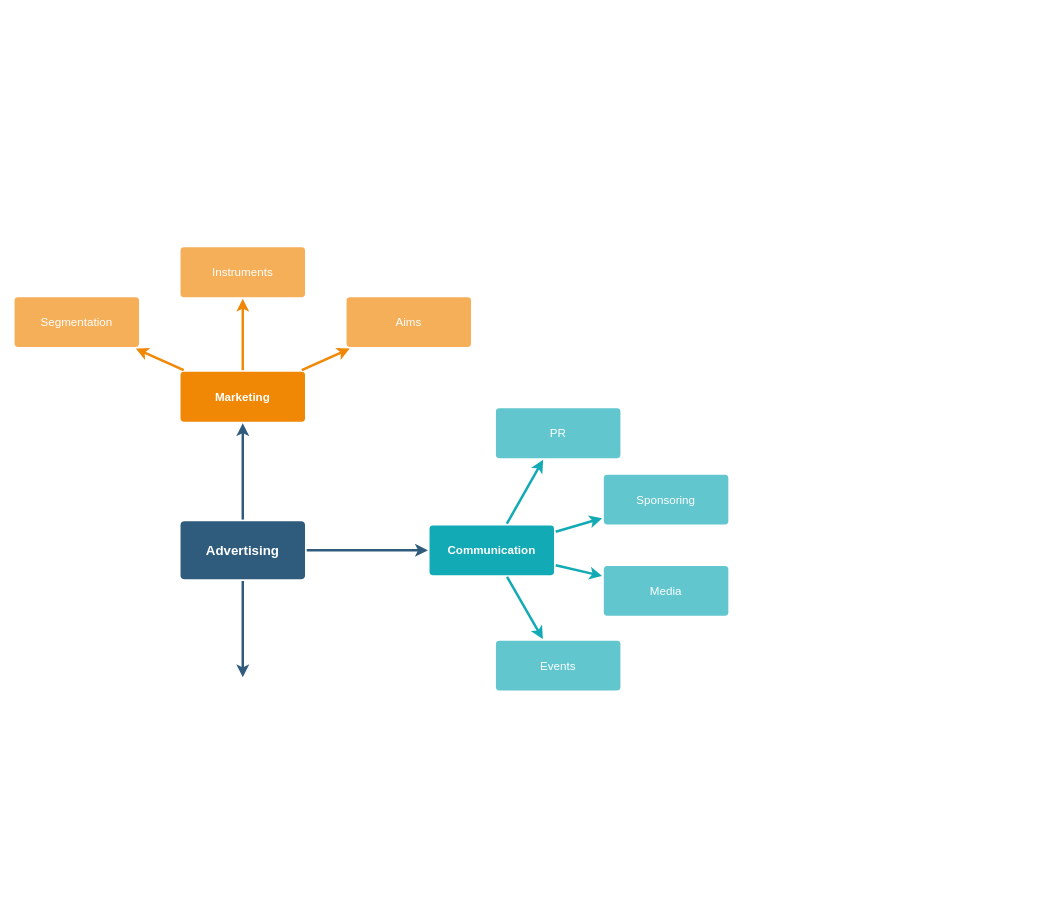
This is ebs2/SQL_Power/factor/计算方法.drawio from fathermrsing/drawio-disk, a draw.io file, before an edit. Source tidied: cells renumbered, new cells numbered last; positions are measured from the earlier drawing's top-left corner, leaving out a move shared by most shapes. Both pictures are drawn from the tidied source at 83%, with x=0, y=0 at pixel (14, 247).
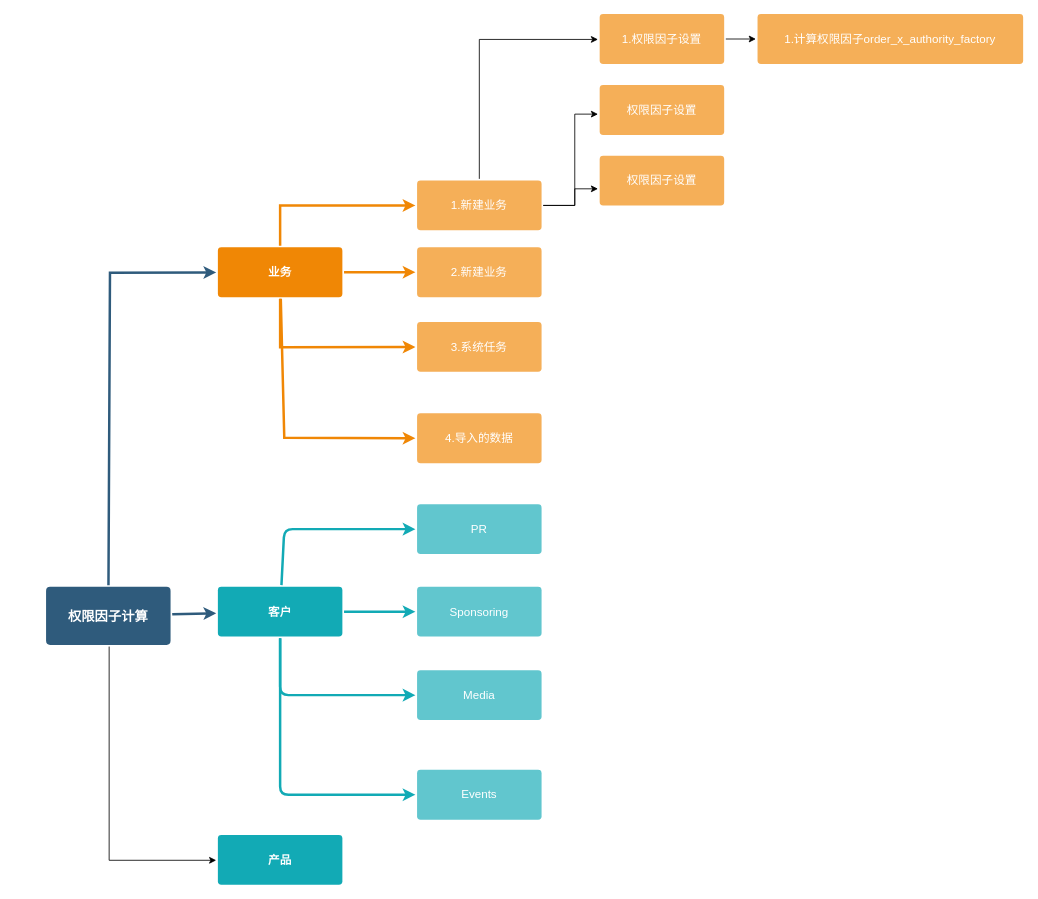
The same diagram, later.

Diff of the diagram source:
```diff
@@
     <mxCell id="2" style="edgeStyle=none;rounded=0;jumpStyle=none;html=1;shadow=0;labelBackgroundColor=none;startArrow=none;startFill=0;endArrow=classic;endFill=1;jettySize=auto;strokeColor=#2F5B7C;strokeWidth=3;fontFamily=Helvetica;fontSize=16;fontColor=#23445D;spacing=5;" parent="1" edge="1" source="5" target="6">
-      <mxGeometry relative="1" as="geometry" />
+      <mxGeometry relative="1" as="geometry">
+        <Array as="points">
+          <mxPoint x="115" y="31" />
+        </Array>
+      </mxGeometry>
     </mxCell>
@@
-    <mxCell id="4" style="edgeStyle=none;rounded=0;jumpStyle=none;html=1;shadow=0;labelBackgroundColor=none;startArrow=none;startFill=0;endArrow=classic;endFill=1;jettySize=auto;strokeColor=#2F5B7C;strokeWidth=3;fontFamily=Helvetica;fontSize=16;fontColor=#23445D;spacing=5;" parent="1" edge="1" source="5">
-      <mxGeometry relative="1" as="geometry">
-        <mxPoint x="275" y="518.5" as="targetPoint" />
-      </mxGeometry>
-    </mxCell>
+    <mxCell id="22" style="edgeStyle=orthogonalEdgeStyle;rounded=0;jettySize=auto;html=1;" parent="1" edge="1" source="5" target="31">
+      <mxGeometry relative="1" as="geometry">
+        <Array as="points">
+          <mxPoint x="114" y="739" />
+        </Array>
+      </mxGeometry>
+    </mxCell>
-    <mxCell id="5" value="Advertising" style="rounded=1;whiteSpace=wrap;html=1;shadow=0;labelBackgroundColor=none;strokeColor=none;strokeWidth=3;fillColor=#2F5B7C;fontFamily=Helvetica;fontSize=16;fontColor=#FFFFFF;align=center;fontStyle=1;spacing=5;arcSize=7;perimeterSpacing=2;" parent="1" vertex="1">
-      <mxGeometry x="200" y="330.5" width="150" height="70" as="geometry" />
+    <mxCell id="5" value="权限因子计算" style="rounded=1;whiteSpace=wrap;html=1;shadow=0;labelBackgroundColor=none;strokeColor=none;strokeWidth=3;fillColor=#2F5B7C;fontFamily=Helvetica;fontSize=16;fontColor=#FFFFFF;align=center;fontStyle=1;spacing=5;arcSize=7;perimeterSpacing=2;" parent="1" vertex="1">
+      <mxGeometry x="38" y="409.5" width="150" height="70" as="geometry" />
     </mxCell>
-    <mxCell id="6" value="Marketing" style="rounded=1;whiteSpace=wrap;html=1;shadow=0;labelBackgroundColor=none;strokeColor=none;strokeWidth=3;fillColor=#F08705;fontFamily=Helvetica;fontSize=14;fontColor=#FFFFFF;align=center;spacing=5;fontStyle=1;arcSize=7;perimeterSpacing=2;" parent="1" vertex="1">
-      <mxGeometry x="200" y="150.5" width="150" height="60" as="geometry" />
+    <mxCell id="6" value="业务" style="rounded=1;whiteSpace=wrap;html=1;shadow=0;labelBackgroundColor=none;strokeColor=none;strokeWidth=3;fillColor=#F08705;fontFamily=Helvetica;fontSize=14;fontColor=#FFFFFF;align=center;spacing=5;fontStyle=1;arcSize=7;perimeterSpacing=2;" parent="1" vertex="1">
+      <mxGeometry x="245" y="0.5" width="150" height="60" as="geometry" />
     </mxCell>
-    <mxCell id="7" value="Aims&lt;br&gt;" style="rounded=1;whiteSpace=wrap;html=1;shadow=0;labelBackgroundColor=none;strokeColor=none;strokeWidth=3;fillColor=#f5af58;fontFamily=Helvetica;fontSize=14;fontColor=#FFFFFF;align=center;spacing=5;arcSize=7;perimeterSpacing=2;" parent="1" vertex="1">
-      <mxGeometry x="400" y="60.5" width="150" height="60" as="geometry" />
+    <mxCell id="7" value="3.系统任务" style="rounded=1;whiteSpace=wrap;html=1;shadow=0;labelBackgroundColor=none;strokeColor=none;strokeWidth=3;fillColor=#f5af58;fontFamily=Helvetica;fontSize=14;fontColor=#FFFFFF;align=center;spacing=5;arcSize=7;perimeterSpacing=2;" parent="1" vertex="1">
+      <mxGeometry x="485" y="90.5" width="150" height="60" as="geometry" />
     </mxCell>
+    <mxCell id="23" value="4.导入的数据" style="rounded=1;whiteSpace=wrap;html=1;shadow=0;labelBackgroundColor=none;strokeColor=none;strokeWidth=3;fillColor=#f5af58;fontFamily=Helvetica;fontSize=14;fontColor=#FFFFFF;align=center;spacing=5;arcSize=7;perimeterSpacing=2;" parent="1" vertex="1">
+      <mxGeometry x="485" y="200.5" width="150" height="60" as="geometry" />
+    </mxCell>
     <mxCell id="8" style="edgeStyle=none;rounded=0;jumpStyle=none;html=1;shadow=0;labelBackgroundColor=none;startArrow=none;startFill=0;endArrow=classic;endFill=1;jettySize=auto;strokeColor=#F08705;strokeWidth=3;fontFamily=Helvetica;fontSize=14;fontColor=#FFFFFF;spacing=5;" parent="1" edge="1" source="6" target="7">
-      <mxGeometry relative="1" as="geometry" />
+      <mxGeometry relative="1" as="geometry">
+        <Array as="points">
+          <mxPoint x="320" y="121" />
+        </Array>
+      </mxGeometry>
     </mxCell>
+    <mxCell id="24" style="edgeStyle=orthogonalEdgeStyle;rounded=0;jettySize=auto;html=1;" parent="1" edge="1" source="9" target="30">
+      <mxGeometry relative="1" as="geometry">
+        <Array as="points">
+          <mxPoint x="675" y="-50" />
+          <mxPoint x="675" y="-160" />
+        </Array>
+      </mxGeometry>
+    </mxCell>
+    <mxCell id="25" style="edgeStyle=orthogonalEdgeStyle;rounded=0;jettySize=auto;html=1;" parent="1" edge="1" source="9" target="28">
+      <mxGeometry relative="1" as="geometry">
+        <Array as="points">
+          <mxPoint x="560" y="-250" />
+        </Array>
+      </mxGeometry>
+    </mxCell>
+    <mxCell id="26" style="edgeStyle=orthogonalEdgeStyle;rounded=0;jettySize=auto;html=1;" parent="1" edge="1" source="9" target="32">
+      <mxGeometry relative="1" as="geometry">
+        <Array as="points">
+          <mxPoint x="675" y="-50" />
+          <mxPoint x="675" y="-70" />
+        </Array>
+      </mxGeometry>
+    </mxCell>
-    <mxCell id="9" value="Instruments" style="rounded=1;whiteSpace=wrap;html=1;shadow=0;labelBackgroundColor=none;strokeColor=none;strokeWidth=3;fillColor=#f5af58;fontFamily=Helvetica;fontSize=14;fontColor=#FFFFFF;align=center;spacing=5;arcSize=7;perimeterSpacing=2;" parent="1" vertex="1">
-      <mxGeometry x="200" y="0.5" width="150" height="60" as="geometry" />
+    <mxCell id="9" value="1.新建业务" style="rounded=1;whiteSpace=wrap;html=1;shadow=0;labelBackgroundColor=none;strokeColor=none;strokeWidth=3;fillColor=#f5af58;fontFamily=Helvetica;fontSize=14;fontColor=#FFFFFF;align=center;spacing=5;arcSize=7;perimeterSpacing=2;" parent="1" vertex="1">
+      <mxGeometry x="485" y="-80" width="150" height="60" as="geometry" />
     </mxCell>
+    <mxCell id="27" style="edgeStyle=orthogonalEdgeStyle;rounded=0;jettySize=auto;html=1;" parent="1" edge="1" source="28" target="29">
+      <mxGeometry relative="1" as="geometry" />
+    </mxCell>
+    <mxCell id="28" value="1.权限因子设置" style="rounded=1;whiteSpace=wrap;html=1;shadow=0;labelBackgroundColor=none;strokeColor=none;strokeWidth=3;fillColor=#f5af58;fontFamily=Helvetica;fontSize=14;fontColor=#FFFFFF;align=center;spacing=5;arcSize=7;perimeterSpacing=2;" parent="1" vertex="1">
+      <mxGeometry x="705" y="-280.5" width="150" height="60" as="geometry" />
+    </mxCell>
+    <mxCell id="29" value="1.计算权限因子order_x_authority_factory" style="rounded=1;whiteSpace=wrap;html=1;shadow=0;labelBackgroundColor=none;strokeColor=none;strokeWidth=3;fillColor=#f5af58;fontFamily=Helvetica;fontSize=14;fontColor=#FFFFFF;align=center;spacing=5;arcSize=7;perimeterSpacing=2;" parent="1" vertex="1">
+      <mxGeometry x="895.2" y="-280.5" width="320" height="60" as="geometry" />
+    </mxCell>
+    <mxCell id="30" value="权限因子设置" style="rounded=1;whiteSpace=wrap;html=1;shadow=0;labelBackgroundColor=none;strokeColor=none;strokeWidth=3;fillColor=#f5af58;fontFamily=Helvetica;fontSize=14;fontColor=#FFFFFF;align=center;spacing=5;arcSize=7;perimeterSpacing=2;" parent="1" vertex="1">
+      <mxGeometry x="705" y="-195" width="150" height="60" as="geometry" />
+    </mxCell>
     <mxCell id="10" style="edgeStyle=none;rounded=0;jumpStyle=none;html=1;shadow=0;labelBackgroundColor=none;startArrow=none;startFill=0;endArrow=classic;endFill=1;jettySize=auto;strokeColor=#F08705;strokeWidth=3;fontFamily=Helvetica;fontSize=14;fontColor=#FFFFFF;spacing=5;" parent="1" edge="1" source="6" target="9">
-      <mxGeometry relative="1" as="geometry" />
+      <mxGeometry relative="1" as="geometry">
+        <Array as="points">
+          <mxPoint x="320" y="-50" />
+        </Array>
+      </mxGeometry>
     </mxCell>
-    <mxCell id="11" value="Segmentation" style="rounded=1;whiteSpace=wrap;html=1;shadow=0;labelBackgroundColor=none;strokeColor=none;strokeWidth=3;fillColor=#f5af58;fontFamily=Helvetica;fontSize=14;fontColor=#FFFFFF;align=center;spacing=5;arcSize=7;perimeterSpacing=2;" parent="1" vertex="1">
-      <mxGeometry y="60.5" width="150" height="60" as="geometry" />
+    <mxCell id="11" value="2.新建业务" style="rounded=1;whiteSpace=wrap;html=1;shadow=0;labelBackgroundColor=none;strokeColor=none;strokeWidth=3;fillColor=#f5af58;fontFamily=Helvetica;fontSize=14;fontColor=#FFFFFF;align=center;spacing=5;arcSize=7;perimeterSpacing=2;" parent="1" vertex="1">
+      <mxGeometry x="485" y="0.5" width="150" height="60" as="geometry" />
     </mxCell>
@@
-    <mxCell id="13" value="Communication" style="rounded=1;whiteSpace=wrap;html=1;shadow=0;labelBackgroundColor=none;strokeColor=none;strokeWidth=3;fillColor=#12aab5;fontFamily=Helvetica;fontSize=14;fontColor=#FFFFFF;align=center;spacing=5;fontStyle=1;arcSize=7;perimeterSpacing=2;" parent="1" vertex="1">
-      <mxGeometry x="500" y="335.5" width="150" height="60" as="geometry" />
+    <mxCell id="13" value="客户" style="rounded=1;whiteSpace=wrap;html=1;shadow=0;labelBackgroundColor=none;strokeColor=none;strokeWidth=3;fillColor=#12aab5;fontFamily=Helvetica;fontSize=14;fontColor=#FFFFFF;align=center;spacing=5;fontStyle=1;arcSize=7;perimeterSpacing=2;" parent="1" vertex="1">
+      <mxGeometry x="245" y="409.5" width="150" height="60" as="geometry" />
     </mxCell>
     <mxCell id="14" value="Events" style="rounded=1;whiteSpace=wrap;html=1;shadow=0;labelBackgroundColor=none;strokeColor=none;strokeWidth=3;fillColor=#61c6ce;fontFamily=Helvetica;fontSize=14;fontColor=#FFFFFF;align=center;spacing=5;fontStyle=0;arcSize=7;perimeterSpacing=2;" parent="1" vertex="1">
-      <mxGeometry x="580" y="474.5" width="150" height="60" as="geometry" />
+      <mxGeometry x="485" y="630" width="150" height="60" as="geometry" />
     </mxCell>
     <mxCell id="15" style="edgeStyle=none;rounded=1;jumpStyle=none;html=1;shadow=0;labelBackgroundColor=none;startArrow=none;startFill=0;jettySize=auto;strokeColor=#12AAB5;strokeWidth=3;fontFamily=Helvetica;fontSize=14;fontColor=#FFFFFF;spacing=5;fontStyle=1;fillColor=#b0e3e6;" parent="1" edge="1" source="13" target="14">
-      <mxGeometry relative="1" as="geometry" />
+      <mxGeometry relative="1" as="geometry">
+        <Array as="points">
+          <mxPoint x="320" y="660" />
+        </Array>
+      </mxGeometry>
     </mxCell>
     <mxCell id="16" value="Media" style="rounded=1;whiteSpace=wrap;html=1;shadow=0;labelBackgroundColor=none;strokeColor=none;strokeWidth=3;fillColor=#61c6ce;fontFamily=Helvetica;fontSize=14;fontColor=#FFFFFF;align=center;spacing=5;fontStyle=0;arcSize=7;perimeterSpacing=2;" parent="1" vertex="1">
-      <mxGeometry x="710" y="384.5" width="150" height="60" as="geometry" />
+      <mxGeometry x="485" y="510" width="150" height="60" as="geometry" />
     </mxCell>
     <mxCell id="17" style="edgeStyle=none;rounded=1;jumpStyle=none;html=1;shadow=0;labelBackgroundColor=none;startArrow=none;startFill=0;jettySize=auto;strokeColor=#12AAB5;strokeWidth=3;fontFamily=Helvetica;fontSize=14;fontColor=#FFFFFF;spacing=5;fontStyle=1;fillColor=#b0e3e6;" parent="1" edge="1" source="13" target="16">
-      <mxGeometry relative="1" as="geometry" />
+      <mxGeometry relative="1" as="geometry">
+        <Array as="points">
+          <mxPoint x="320" y="540" />
+        </Array>
+      </mxGeometry>
     </mxCell>
     <mxCell id="18" value="Sponsoring" style="rounded=1;whiteSpace=wrap;html=1;shadow=0;labelBackgroundColor=none;strokeColor=none;strokeWidth=3;fillColor=#61c6ce;fontFamily=Helvetica;fontSize=14;fontColor=#FFFFFF;align=center;spacing=5;fontStyle=0;arcSize=7;perimeterSpacing=2;" parent="1" vertex="1">
-      <mxGeometry x="710" y="274.5" width="150" height="60" as="geometry" />
+      <mxGeometry x="485" y="409.5" width="150" height="60" as="geometry" />
     </mxCell>
@@
     <mxCell id="20" value="PR" style="rounded=1;whiteSpace=wrap;html=1;shadow=0;labelBackgroundColor=none;strokeColor=none;strokeWidth=3;fillColor=#61c6ce;fontFamily=Helvetica;fontSize=14;fontColor=#FFFFFF;align=center;spacing=5;fontStyle=0;arcSize=7;perimeterSpacing=2;" parent="1" vertex="1">
-      <mxGeometry x="580" y="194.5" width="150" height="60" as="geometry" />
+      <mxGeometry x="485" y="310" width="150" height="60" as="geometry" />
     </mxCell>
     <mxCell id="21" style="edgeStyle=none;rounded=1;jumpStyle=none;html=1;shadow=0;labelBackgroundColor=none;startArrow=none;startFill=0;jettySize=auto;strokeColor=#12AAB5;strokeWidth=3;fontFamily=Helvetica;fontSize=14;fontColor=#FFFFFF;spacing=5;fontStyle=1;fillColor=#b0e3e6;" parent="1" edge="1" source="13" target="20">
-      <mxGeometry relative="1" as="geometry" />
+      <mxGeometry relative="1" as="geometry">
+        <Array as="points">
+          <mxPoint x="325" y="340" />
+        </Array>
+      </mxGeometry>
     </mxCell>
+    <mxCell id="31" value="产品" style="rounded=1;whiteSpace=wrap;html=1;shadow=0;labelBackgroundColor=none;strokeColor=none;strokeWidth=3;fillColor=#12aab5;fontFamily=Helvetica;fontSize=14;fontColor=#FFFFFF;align=center;spacing=5;fontStyle=1;arcSize=7;perimeterSpacing=2;" parent="1" vertex="1">
+      <mxGeometry x="245" y="708.5" width="150" height="60" as="geometry" />
+    </mxCell>
+    <mxCell id="32" value="权限因子设置" style="rounded=1;whiteSpace=wrap;html=1;shadow=0;labelBackgroundColor=none;strokeColor=none;strokeWidth=3;fillColor=#f5af58;fontFamily=Helvetica;fontSize=14;fontColor=#FFFFFF;align=center;spacing=5;arcSize=7;perimeterSpacing=2;" parent="1" vertex="1">
+      <mxGeometry x="705" y="-110" width="150" height="60" as="geometry" />
+    </mxCell>
+    <mxCell id="33" style="edgeStyle=none;rounded=0;jumpStyle=none;html=1;shadow=0;labelBackgroundColor=none;startArrow=none;startFill=0;endArrow=classic;endFill=1;jettySize=auto;strokeColor=#F08705;strokeWidth=3;fontFamily=Helvetica;fontSize=14;fontColor=#FFFFFF;spacing=5;entryX=0;entryY=0.5;entryDx=0;entryDy=0;" parent="1" edge="1" source="6" target="23">
+      <mxGeometry relative="1" as="geometry">
+        <Array as="points">
+          <mxPoint x="325" y="230" />
+        </Array>
+      </mxGeometry>
+    </mxCell>
```
